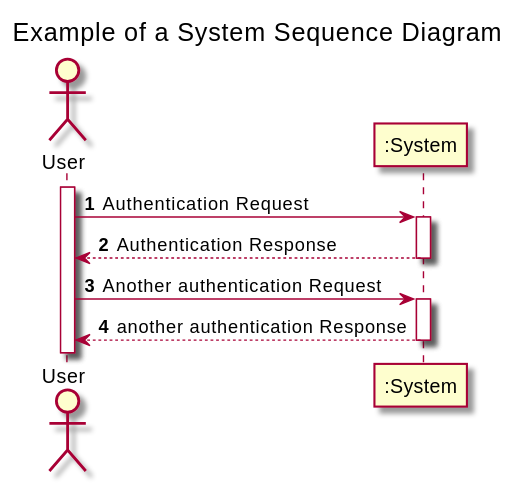
Earlier version of the PlantUML export docs/Sprint1/US013/US13-SSD.svg (nunogon1211787/projectManagement). The source it was exported from:
```plantuml
@startuml

title Example of a System Sequence Diagram

autoactivate on
autonumber

actor "User" as User
participant ":System" as System

activate User

User -> System: Authentication Request
System --> User: Authentication Response

User -> System: Another authentication Request
User <-- System: another authentication Response
@enduml
```
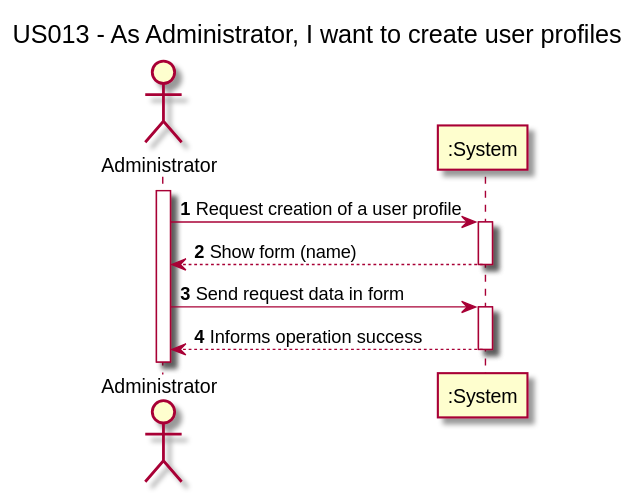
Above is the later version.

The edit, as a diff of the source:
```diff
@@ -1,18 +1,18 @@
 @startuml
 
-title Example of a System Sequence Diagram
+title US013 - As Administrator, I want to create user profiles
 
 autoactivate on
 autonumber
 
-actor "User" as User
+actor "Administrator" as Administrator
 participant ":System" as System
 
-activate User
+activate Administrator
 
-User -> System: Authentication Request
-System --> User: Authentication Response
+Administrator -> System: Request creation of a user profile
+System --> Administrator: Show form (name)
 
-User -> System: Another authentication Request
-User <-- System: another authentication Response
+Administrator -> System: Send request data in form
+Administrator <-- System: Informs operation success
 @enduml
```
